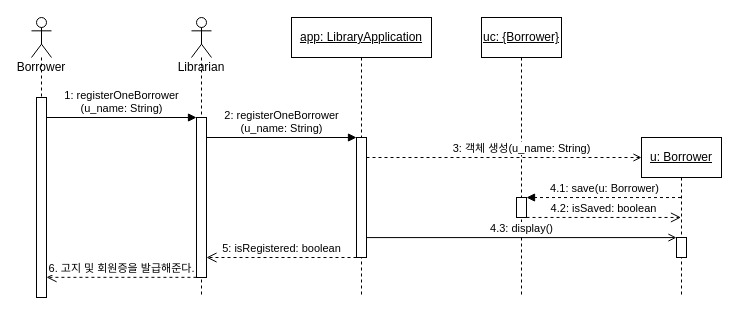
This is UML/SD1 Register one borrower.drawio from Halozhan/2023-2-LibraryApplication, a draw.io file, before an edit. Source tidied: cells renumbered, new cells numbered last; positions are measured from the earlier drawing's top-left corner, leaving out a move shared by most shapes. Both pictures are drawn from the tidied source at 100%, with x=0, y=0 at pixel (31, 17).
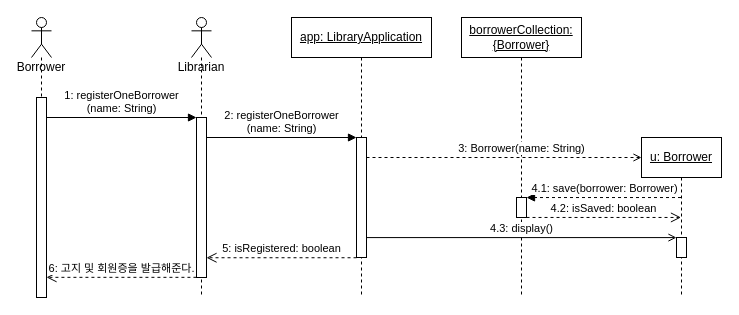
After the change.

The change refers to these unchanged cells:
```xml
<mxCell id="3" style="html=1;points=[];perimeter=orthogonalPerimeter;" parent="2" vertex="1">
  <mxGeometry x="5" y="80" width="10" height="200" as="geometry" />
</mxCell>
<mxCell id="5" style="html=1;points=[];perimeter=orthogonalPerimeter;" parent="4" vertex="1">
  <mxGeometry x="5" y="100" width="10" height="160" as="geometry" />
</mxCell>
<mxCell id="9" style="html=1;points=[];perimeter=orthogonalPerimeter;" parent="8" vertex="1">
  <mxGeometry x="65" y="120" width="10" height="120" as="geometry" />
</mxCell>
<mxCell id="12" style="html=1;verticalAlign=bottom;labelBackgroundColor=none;endArrow=open;endFill=0;dashed=1;" parent="1" edge="1" source="9">
  <mxGeometry relative="1" as="geometry">
    <mxPoint x="610" y="140" as="targetPoint" />
  </mxGeometry>
</mxCell>
<mxCell id="16" value="&lt;u style=&quot;&quot;&gt;u: Borrower&lt;/u&gt;" style="shape=umlLifeline;perimeter=lifelinePerimeter;whiteSpace=wrap;html=1;outlineConnect=0;" parent="1" vertex="1">
  <mxGeometry x="610" y="120" width="80" height="160" as="geometry" />
</mxCell>
```

Diff of the diagram source:
```diff
@@
-    <mxCell id="6" value="1: registerOneBorrower&lt;br&gt;(u_name: String)" style="html=1;verticalAlign=bottom;endArrow=block;entryX=0;entryY=0;" parent="1" edge="1" source="3" target="5">
+    <mxCell id="6" value="1: registerOneBorrower&lt;br&gt;(name: String)" style="html=1;verticalAlign=bottom;endArrow=block;entryX=0;entryY=0;" parent="1" edge="1" source="3" target="5">
       <mxGeometry relative="1" as="geometry" />
     </mxCell>
-    <mxCell id="7" value="6. 고지 및 회원증을 발급해준다." style="html=1;verticalAlign=bottom;endArrow=open;dashed=1;endSize=8;exitX=-0.007;exitY=0.999;exitDx=0;exitDy=0;exitPerimeter=0;" parent="1" edge="1" source="5" target="3">
+    <mxCell id="7" value="6: 고지 및 회원증을 발급해준다." style="html=1;verticalAlign=bottom;endArrow=open;dashed=1;endSize=8;exitX=-0.007;exitY=0.999;exitDx=0;exitDy=0;exitPerimeter=0;" parent="1" edge="1" source="5" target="3">
       <mxGeometry relative="1" as="geometry" />
     </mxCell>
@@
-    <mxCell id="10" value="&lt;u&gt;uc: {Borrower}&lt;/u&gt;" style="shape=umlLifeline;perimeter=lifelinePerimeter;whiteSpace=wrap;html=1;" parent="1" vertex="1">
-      <mxGeometry x="450" width="80" height="280" as="geometry" />
+    <mxCell id="10" value="&lt;u&gt;borrowerCollection: {Borrower}&lt;/u&gt;" style="shape=umlLifeline;perimeter=lifelinePerimeter;whiteSpace=wrap;html=1;" parent="1" vertex="1">
+      <mxGeometry x="430" width="120" height="280" as="geometry" />
     </mxCell>
     <mxCell id="11" style="html=1;points=[];perimeter=orthogonalPerimeter;" parent="10" vertex="1">
-      <mxGeometry x="35" y="180" width="10" height="20" as="geometry" />
+      <mxGeometry x="55" y="180" width="10" height="20" as="geometry" />
     </mxCell>
@@
-    <mxCell id="13" value="3: 객체 생성(u_name: String)" style="edgeLabel;html=1;align=center;verticalAlign=middle;" parent="12" vertex="1">
+    <mxCell id="13" value="3: Borrower(name: String)" style="edgeLabel;html=1;align=center;verticalAlign=middle;" parent="12" vertex="1">
       <mxGeometry x="0.58" relative="1" as="geometry">
         <mxPoint x="-63" y="-10" as="offset" />
       </mxGeometry>
     </mxCell>
-    <mxCell id="14" value="2: registerOneBorrower&lt;br&gt;(u_name: String)" style="html=1;verticalAlign=bottom;endArrow=block;entryX=0;entryY=0;" parent="1" edge="1" source="5" target="9">
+    <mxCell id="14" value="2: registerOneBorrower&lt;br&gt;(name: String)" style="html=1;verticalAlign=bottom;endArrow=block;entryX=0;entryY=0;" parent="1" edge="1" source="5" target="9">
       <mxGeometry relative="1" as="geometry" />
     </mxCell>
-    <mxCell id="15" value="5: isRegistered: boolean" style="html=1;verticalAlign=bottom;endArrow=open;dashed=1;endSize=8;exitX=-0.001;exitY=1;exitDx=0;exitDy=0;exitPerimeter=0;" parent="1" edge="1" source="9" target="5">
+    <mxCell id="15" value="5: isRegistered: boolean" style="html=1;verticalAlign=bottom;endArrow=open;dashed=1;endSize=8;exitX=0.004;exitY=1.002;exitDx=0;exitDy=0;exitPerimeter=0;" parent="1" edge="1" source="9" target="5">
       <mxGeometry relative="1" as="geometry" />
     </mxCell>
@@
-    <mxCell id="18" value="4.1: save(u: Borrower)" style="html=1;verticalAlign=bottom;endArrow=block;entryX=1.002;entryY=0.002;dashed=1;entryDx=0;entryDy=0;entryPerimeter=0;" parent="1" edge="1" source="16" target="11">
+    <mxCell id="18" value="4.1: save(borrower: Borrower)" style="html=1;verticalAlign=bottom;endArrow=block;entryX=1.002;entryY=0.002;dashed=1;entryDx=0;entryDy=0;entryPerimeter=0;" parent="1" edge="1" source="16" target="11">
       <mxGeometry relative="1" as="geometry" />
     </mxCell>
```
